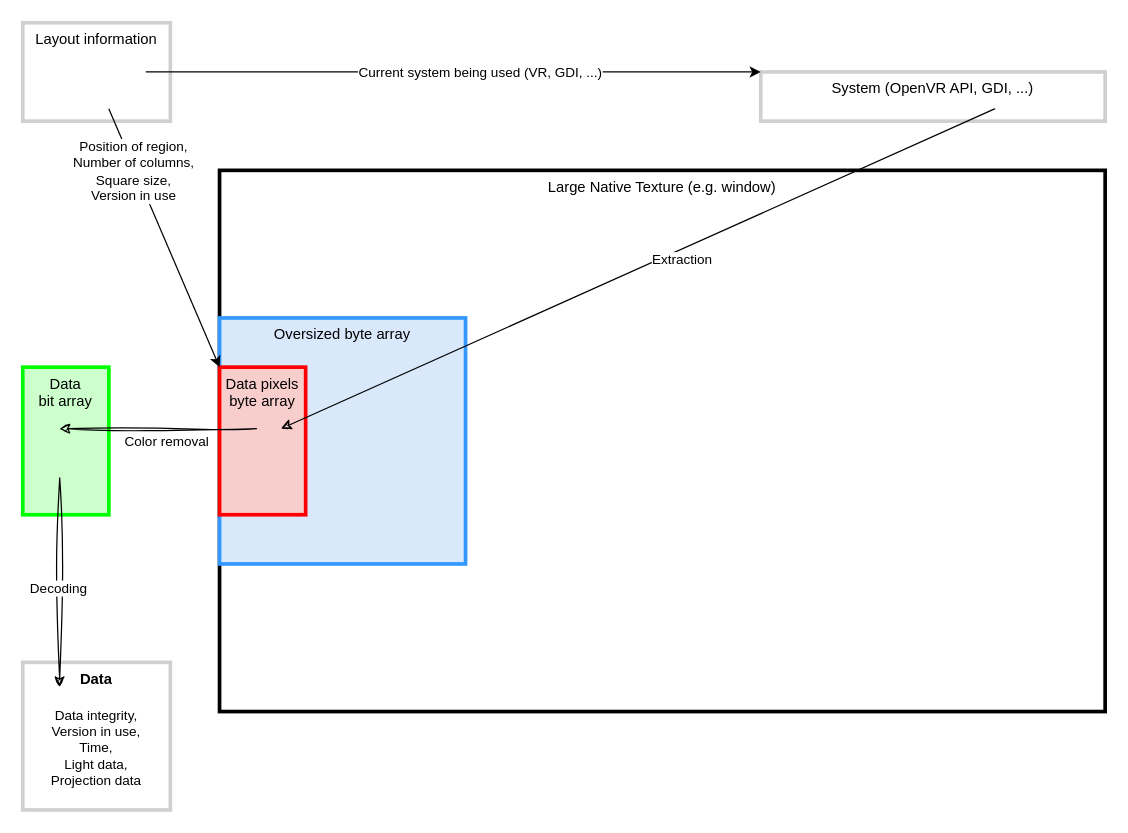
Earlier version of the draw.io diagram DataExtraction.drawio (hai-vr/base-serial-sample). Source tidied: cells renumbered, new cells numbered last; positions are measured from the earlier drawing's top-left corner, leaving out a move shared by most shapes. Both pictures are drawn from the tidied source at 123%, with x=0, y=0 at pixel (22, 22).
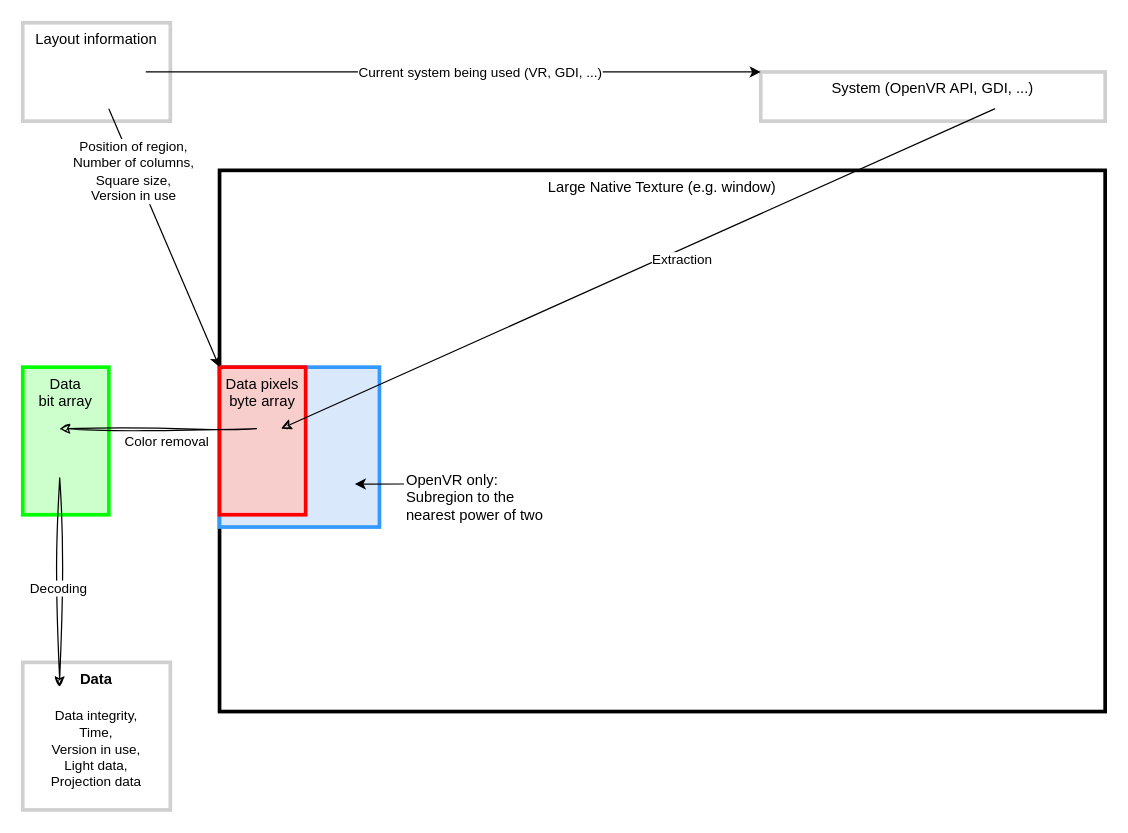
The same page after the edit.

Commit message (it also covers changes not shown here):
Update illustration: - Describe square texture used in OpenVR subregion. - Rename line to group.

Change to the diagram source:
```diff
@@
-    <mxCell id="3" value="Oversized byte array" style="rounded=0;whiteSpace=wrap;html=1;strokeWidth=3;align=center;verticalAlign=top;fillColor=#dae8fc;strokeColor=#3399FF;" parent="1" vertex="1">
-      <mxGeometry x="160" y="240" width="200" height="200" as="geometry" />
+    <mxCell id="3" style="rounded=0;whiteSpace=wrap;html=1;strokeWidth=3;align=right;verticalAlign=bottom;fillColor=#dae8fc;strokeColor=#3399FF;" parent="1" vertex="1">
+      <mxGeometry x="160" y="280" width="130" height="130" as="geometry" />
     </mxCell>
@@
-    <mxCell id="14" value="&lt;b&gt;Data&lt;/b&gt;&lt;div&gt;&lt;b&gt;&lt;br&gt;&lt;/b&gt;&lt;div&gt;&lt;span style=&quot;font-size: 11px; text-wrap-mode: nowrap; background-color: rgb(255, 255, 255);&quot;&gt;Data integrity,&lt;/span&gt;&lt;div style=&quot;font-size: 11px; text-wrap-mode: nowrap;&quot;&gt;Version in use,&lt;/div&gt;&lt;div style=&quot;font-size: 11px; text-wrap-mode: nowrap;&quot;&gt;Time,&lt;/div&gt;&lt;div style=&quot;font-size: 11px; text-wrap-mode: nowrap;&quot;&gt;Light data,&lt;/div&gt;&lt;div style=&quot;font-size: 11px; text-wrap-mode: nowrap;&quot;&gt;Projection data&lt;/div&gt;&lt;/div&gt;&lt;/div&gt;" style="rounded=0;whiteSpace=wrap;html=1;strokeWidth=3;align=center;verticalAlign=top;strokeColor=#D0D0D0;" parent="1" vertex="1">
+    <mxCell id="14" value="&lt;b&gt;Data&lt;/b&gt;&lt;div&gt;&lt;b&gt;&lt;br&gt;&lt;/b&gt;&lt;div&gt;&lt;span style=&quot;font-size: 11px; text-wrap-mode: nowrap; background-color: rgb(255, 255, 255);&quot;&gt;Data integrity,&lt;/span&gt;&lt;/div&gt;&lt;div&gt;&lt;span style=&quot;font-size: 11px; text-wrap-mode: nowrap;&quot;&gt;Time,&lt;/span&gt;&lt;span style=&quot;font-size: 11px; text-wrap-mode: nowrap;&quot;&gt;&lt;br&gt;&lt;/span&gt;&lt;div style=&quot;font-size: 11px; text-wrap-mode: nowrap;&quot;&gt;Version in use,&lt;/div&gt;&lt;div style=&quot;font-size: 11px; text-wrap-mode: nowrap;&quot;&gt;Light data,&lt;/div&gt;&lt;div style=&quot;font-size: 11px; text-wrap-mode: nowrap;&quot;&gt;Projection data&lt;/div&gt;&lt;/div&gt;&lt;/div&gt;" style="rounded=0;whiteSpace=wrap;html=1;strokeWidth=3;align=center;verticalAlign=top;strokeColor=#D0D0D0;" parent="1" vertex="1">
       <mxGeometry y="520" width="120" height="120" as="geometry" />
     </mxCell>
@@
+    <mxCell id="19" value="&lt;span style=&quot;&quot;&gt;OpenVR only:&lt;/span&gt;&lt;div style=&quot;&quot;&gt;Subregion to the&lt;/div&gt;&lt;div style=&quot;&quot;&gt;nearest power of two&lt;/div&gt;" style="text;html=1;align=left;verticalAlign=bottom;whiteSpace=wrap;rounded=0;" parent="1" vertex="1">
+      <mxGeometry x="310" y="340" width="170" height="70" as="geometry" />
+    </mxCell>
+    <mxCell id="20" style="edgeStyle=orthogonalEdgeStyle;rounded=0;jettySize=auto;html=1;exitX=0;exitY=0.5;exitDx=0;exitDy=0;entryX=0.846;entryY=0.731;entryDx=0;entryDy=0;entryPerimeter=0;" parent="1" edge="1" source="19" target="3">
+      <mxGeometry relative="1" as="geometry" />
+    </mxCell>
```
